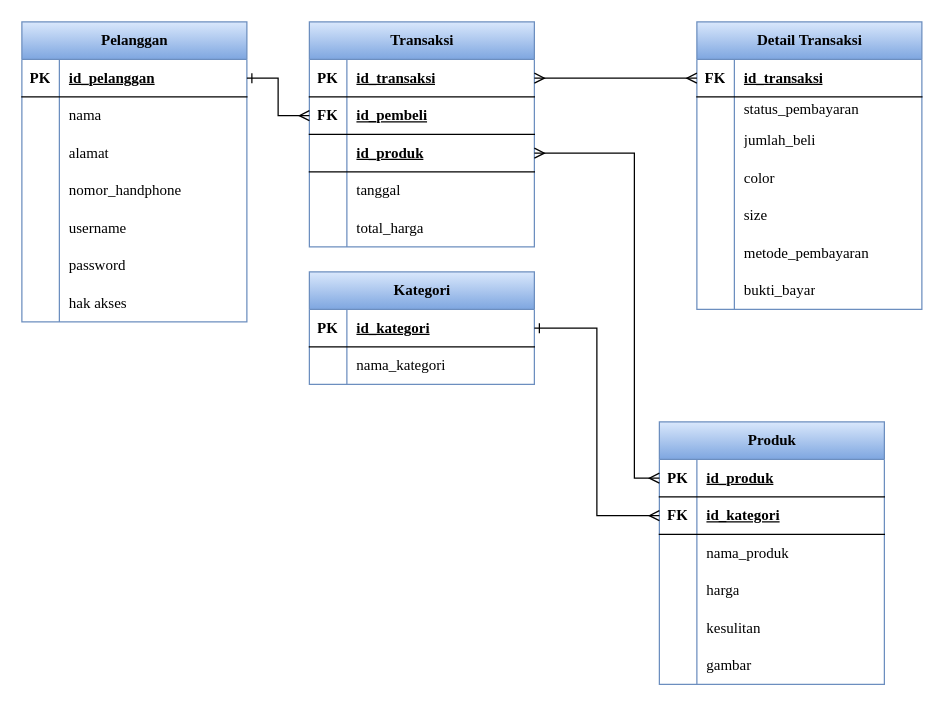
angelinahandini/TA keeps this draw.io diagram as page "Relasi Revisi" (13 of 22) of TA.drawio. Above is the earlier version. Source tidied: cells renumbered, new cells numbered last; positions are measured from the earlier drawing's top-left corner, leaving out a move shared by most shapes. Both pictures are drawn from the tidied source at 125%, with x=0, y=0 at pixel (21, 21).
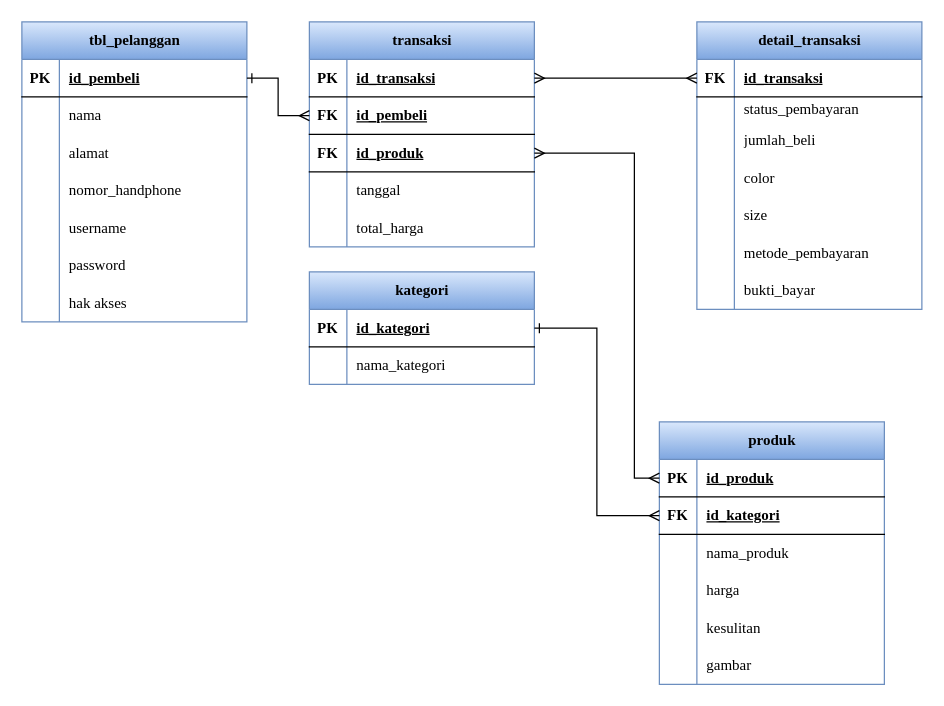
After the change.

Unchanged cells that the change refers to:
```xml
<mxCell id="22" style="shape=tableRow;horizontal=0;startSize=0;swimlaneHead=0;swimlaneBody=0;fillColor=none;points=[[0,0.5],[1,0.5]];portConstraint=eastwest;top=0;left=0;right=0;bottom=1;fontFamily=Times New Roman;" parent="21" vertex="1">
  <mxGeometry y="30" width="180" height="30" as="geometry" />
</mxCell>
<mxCell id="50" style="shape=tableRow;horizontal=0;startSize=0;swimlaneHead=0;swimlaneBody=0;fillColor=none;points=[[0,0.5],[1,0.5]];portConstraint=eastwest;top=0;left=0;right=0;bottom=1;fontFamily=Times New Roman;" parent="43" vertex="1">
  <mxGeometry y="90" width="180" height="30" as="geometry" />
</mxCell>
```

Diff of the diagram source:
```diff
@@
-    <mxCell id="2" value="Produk" style="shape=table;startSize=30;childLayout=tableLayout;rowLines=0;fontStyle=1;align=center;html=1;fontFamily=Times New Roman;fillColor=#dae8fc;gradientColor=#7ea6e0;strokeColor=#6c8ebf;" parent="1" vertex="1">
+    <mxCell id="2" value="produk" style="shape=table;startSize=30;childLayout=tableLayout;rowLines=0;fontStyle=1;align=center;html=1;fontFamily=Times New Roman;fillColor=#dae8fc;gradientColor=#7ea6e0;strokeColor=#6c8ebf;" parent="1" vertex="1">
       <mxGeometry x="510" y="320" width="180" height="210" as="geometry" />
     </mxCell>
@@
-    <mxCell id="21" value="Pelanggan" style="shape=table;startSize=30;childLayout=tableLayout;rowLines=0;fontStyle=1;align=center;html=1;fontFamily=Times New Roman;fillColor=#dae8fc;gradientColor=#7ea6e0;strokeColor=#6c8ebf;" parent="1" vertex="1">
+    <mxCell id="21" value="tbl_pelanggan" style="shape=table;startSize=30;childLayout=tableLayout;rowLines=0;fontStyle=1;align=center;html=1;fontFamily=Times New Roman;fillColor=#dae8fc;gradientColor=#7ea6e0;strokeColor=#6c8ebf;" parent="1" vertex="1">
       <mxGeometry width="180" height="240" as="geometry" />
     </mxCell>
@@
-    <mxCell id="24" value="id_pelanggan" style="shape=partialRectangle;fillColor=none;top=0;left=0;bottom=0;right=0;align=left;spacingLeft=6;fontStyle=5;overflow=hidden;whiteSpace=wrap;html=1;fontFamily=Times New Roman;" parent="22" vertex="1">
+    <mxCell id="24" value="id_pembeli" style="shape=partialRectangle;fillColor=none;top=0;left=0;bottom=0;right=0;align=left;spacingLeft=6;fontStyle=5;overflow=hidden;whiteSpace=wrap;html=1;fontFamily=Times New Roman;" parent="22" vertex="1">
       <mxGeometry x="30" width="150" height="30" as="geometry" />
     </mxCell>
@@
-    <mxCell id="43" value="Transaksi" style="shape=table;startSize=30;childLayout=tableLayout;rowLines=0;fontStyle=1;align=center;html=1;fontFamily=Times New Roman;fillColor=#dae8fc;gradientColor=#7ea6e0;strokeColor=#6c8ebf;" parent="1" vertex="1">
+    <mxCell id="43" value="transaksi" style="shape=table;startSize=30;childLayout=tableLayout;rowLines=0;fontStyle=1;align=center;html=1;fontFamily=Times New Roman;fillColor=#dae8fc;gradientColor=#7ea6e0;strokeColor=#6c8ebf;" parent="1" vertex="1">
       <mxGeometry x="230" width="180" height="180" as="geometry" />
     </mxCell>
@@
-    <mxCell id="51" style="shape=partialRectangle;fillColor=none;top=0;left=0;bottom=0;right=0;fontStyle=1;overflow=hidden;whiteSpace=wrap;html=1;fontFamily=Times New Roman;" parent="50" vertex="1">
+    <mxCell id="51" value="FK" style="shape=partialRectangle;fillColor=none;top=0;left=0;bottom=0;right=0;fontStyle=1;overflow=hidden;whiteSpace=wrap;html=1;fontFamily=Times New Roman;" parent="50" vertex="1">
       <mxGeometry width="30" height="30" as="geometry" />
     </mxCell>
@@
-    <mxCell id="59" value="Detail Transaksi" style="shape=table;startSize=30;childLayout=tableLayout;rowLines=0;fontStyle=1;align=center;html=1;fontFamily=Times New Roman;fillColor=#dae8fc;gradientColor=#7ea6e0;strokeColor=#6c8ebf;" parent="1" vertex="1">
+    <mxCell id="59" value="detail_transaksi" style="shape=table;startSize=30;childLayout=tableLayout;rowLines=0;fontStyle=1;align=center;html=1;fontFamily=Times New Roman;fillColor=#dae8fc;gradientColor=#7ea6e0;strokeColor=#6c8ebf;" parent="1" vertex="1">
       <mxGeometry x="540" width="180" height="230" as="geometry" />
     </mxCell>
@@
-    <mxCell id="81" value="Kategori" style="shape=table;startSize=30;childLayout=tableLayout;rowLines=0;fontStyle=1;align=center;html=1;fontFamily=Times New Roman;fillColor=#dae8fc;gradientColor=#7ea6e0;strokeColor=#6c8ebf;" parent="1" vertex="1">
+    <mxCell id="81" value="kategori" style="shape=table;startSize=30;childLayout=tableLayout;rowLines=0;fontStyle=1;align=center;html=1;fontFamily=Times New Roman;fillColor=#dae8fc;gradientColor=#7ea6e0;strokeColor=#6c8ebf;" parent="1" vertex="1">
       <mxGeometry x="230" y="200" width="180" height="90" as="geometry" />
     </mxCell>
```
